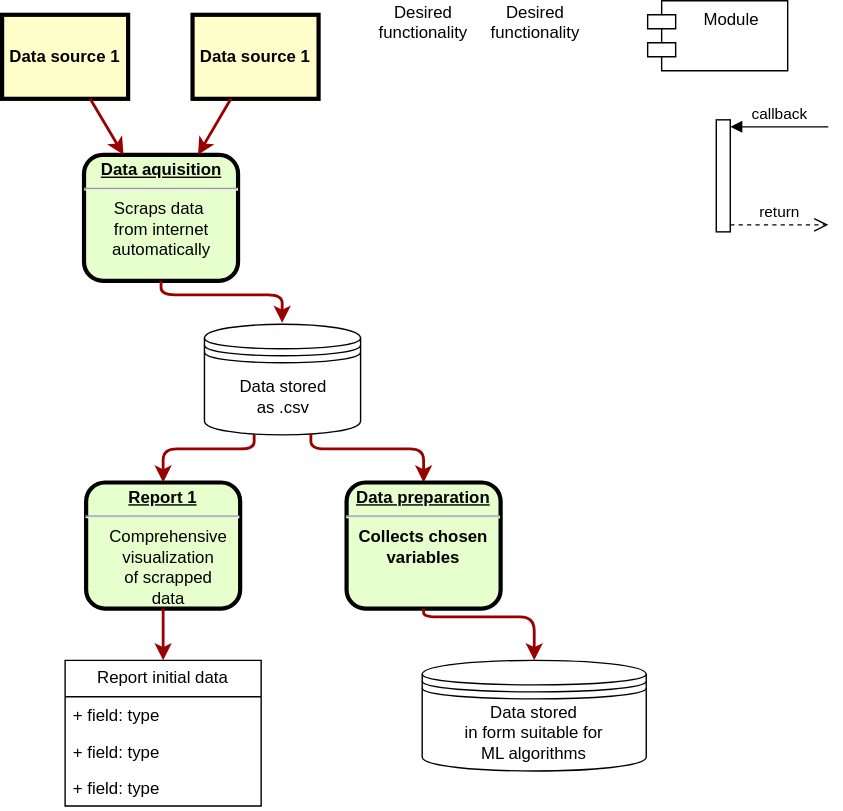
KKobuszewski/aluminium-prediction keeps this draw.io diagram as readme/Kopia Diagram bez tytułu.drawio.svg. Above is the earlier version. Source tidied: cells renumbered, new cells last; positions are measured from the earlier drawing's top-left corner, leaving out a move shared by most shapes.
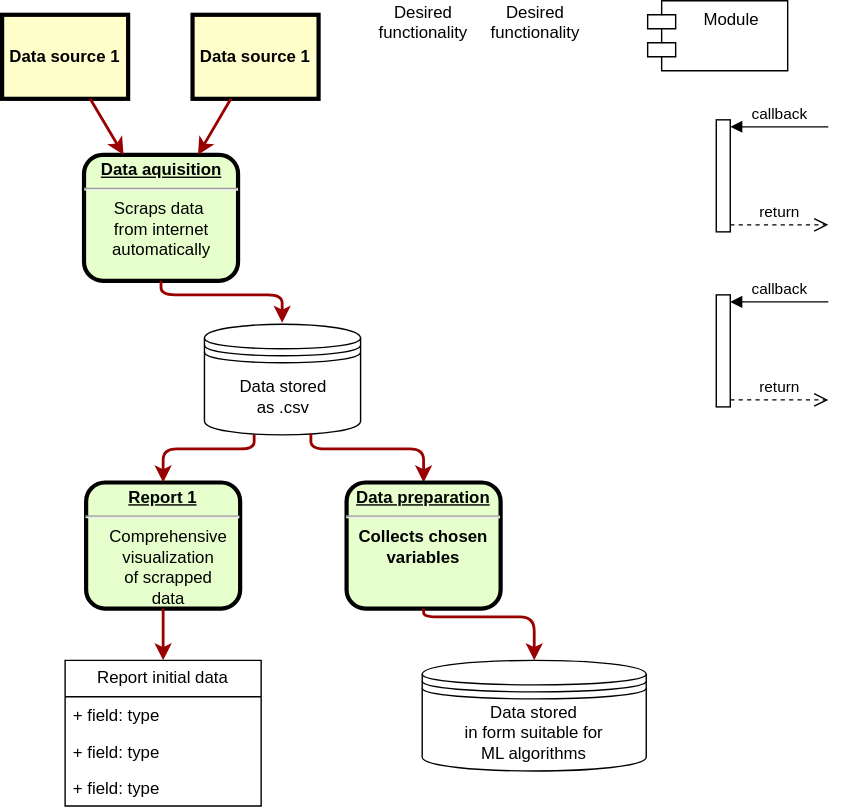
Above is the later version.

Change to the diagram source:
```diff
@@ -97,5 +97,18 @@
         </Array>
       </mxGeometry>
     </mxCell>
+    <mxCell id="26" style="html=1;points=[[0,0,0,0,5],[0,1,0,0,-5],[1,0,0,0,5],[1,1,0,0,-5]];perimeter=orthogonalPerimeter;outlineConnect=0;targetShapes=umlLifeline;portConstraint=eastwest;newEdgeStyle={&quot;curved&quot;:0,&quot;rounded&quot;:0};" parent="1" vertex="1">
+      <mxGeometry x="510" y="210" width="10" height="80" as="geometry" />
+    </mxCell>
+    <mxCell id="27" value="callback" style="html=1;verticalAlign=bottom;endArrow=block;curved=0;rounded=0;entryX=1;entryY=0;entryDx=0;entryDy=5;" parent="1" edge="1" target="26">
+      <mxGeometry relative="1" as="geometry">
+        <mxPoint x="590" y="215" as="sourcePoint" />
+      </mxGeometry>
+    </mxCell>
+    <mxCell id="28" value="return" style="html=1;verticalAlign=bottom;endArrow=open;dashed=1;endSize=8;curved=0;rounded=0;exitX=1;exitY=1;exitDx=0;exitDy=-5;" parent="1" edge="1" source="26">
+      <mxGeometry relative="1" as="geometry">
+        <mxPoint x="590" y="285" as="targetPoint" />
+      </mxGeometry>
+    </mxCell>
   </root>
 </mxGraphModel>
```
